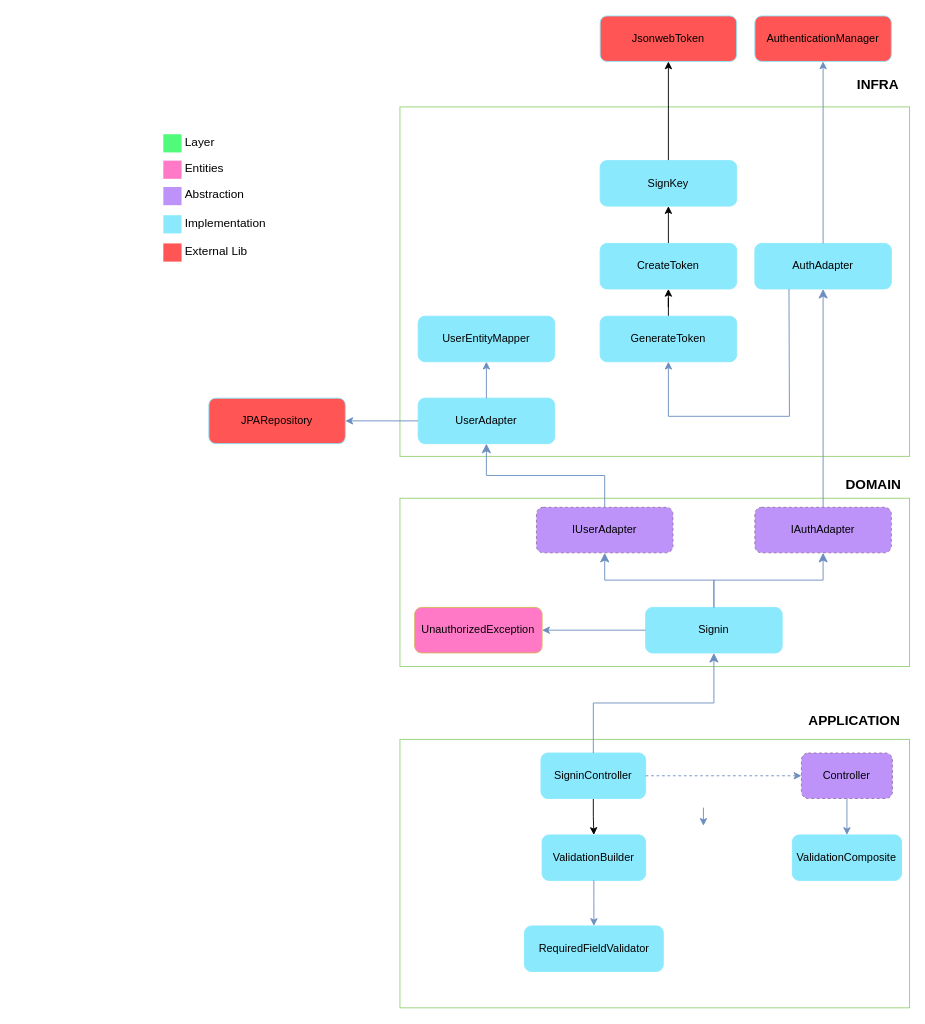
Earlier version of the draw.io diagram docs/useCases/signin/signin.drawio (gervasioartur/walletwise-api). Source tidied: cells renumbered, new cells numbered last; positions are measured from the earlier drawing's top-left corner, leaving out a move shared by most shapes. Both pictures are drawn from the tidied source at 91%, with x=0, y=0 at pixel (163, 15).
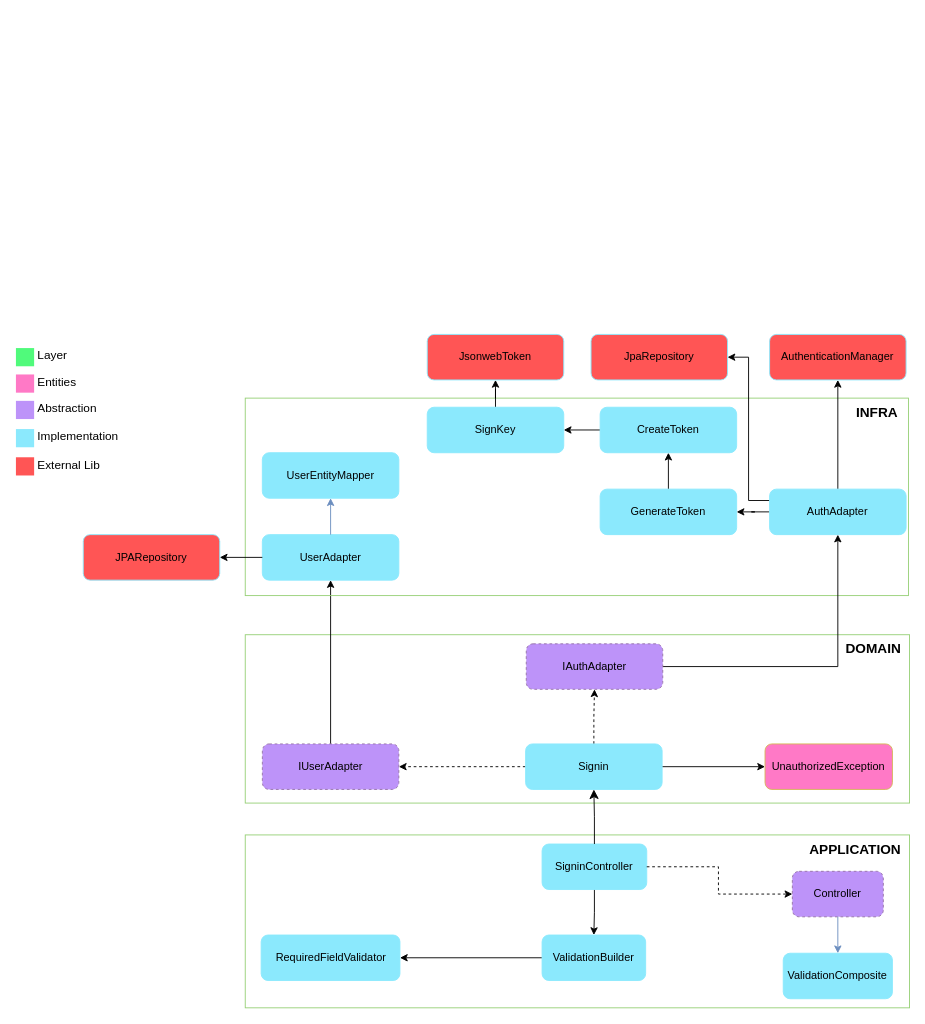
Above is the later version.

The edit, as a diff of the source:
```diff
@@
-    <mxCell id="2" style="rounded=0;whiteSpace=wrap;html=1;strokeColor=#97D077;fillColor=default;" parent="1" vertex="1">
-      <mxGeometry x="260" y="795" width="560" height="295" as="geometry" />
+    <mxCell id="2" style="rounded=0;whiteSpace=wrap;html=1;strokeColor=#97D077;fillColor=none;" parent="1" vertex="1">
+      <mxGeometry x="90" y="900" width="730" height="190" as="geometry" />
     </mxCell>
     <mxCell id="3" value="Controller" style="rounded=1;whiteSpace=wrap;html=1;strokeColor=#9673a6;fillColor=#BD93F9;dashed=1;" parent="1" vertex="1">
-      <mxGeometry x="701.2" y="810" width="100" height="50" as="geometry" />
+      <mxGeometry x="691.2" y="940" width="100" height="50" as="geometry" />
     </mxCell>
     <mxCell id="4" value="ValidationComposite" style="rounded=1;whiteSpace=wrap;html=1;strokeColor=#8BE9FD;fillColor=#8BE9FD;" parent="1" vertex="1">
-      <mxGeometry x="691.2" y="900" width="120" height="50" as="geometry" />
+      <mxGeometry x="681.2" y="1030" width="120" height="50" as="geometry" />
     </mxCell>
@@
     <mxCell id="6" value="SigninController" style="rounded=1;whiteSpace=wrap;html=1;strokeColor=#8BE9FD;fillColor=#8BE9FD;" parent="1" vertex="1">
-      <mxGeometry x="415" y="810" width="115" height="50" as="geometry" />
+      <mxGeometry x="416.2" y="910" width="115" height="50" as="geometry" />
     </mxCell>
     <mxCell id="7" value="&lt;span style=&quot;font-size: 15px;&quot;&gt;&lt;b&gt;APPLICATION&lt;br&gt;&lt;/b&gt;&lt;/span&gt;" style="text;html=1;align=center;verticalAlign=middle;strokeColor=none;fillColor=none;" parent="1" vertex="1">
-      <mxGeometry x="699" y="759" width="120" height="30" as="geometry" />
+      <mxGeometry x="700" y="900" width="120" height="30" as="geometry" />
     </mxCell>
-    <mxCell id="8" style="rounded=0;whiteSpace=wrap;html=1;strokeColor=#97D077;fillColor=default;" parent="1" vertex="1">
-      <mxGeometry x="260" y="530" width="560" height="185" as="geometry" />
+    <mxCell id="8" style="rounded=0;whiteSpace=wrap;html=1;strokeColor=#97D077;fillColor=none;" parent="1" vertex="1">
+      <mxGeometry x="90" y="680" width="730" height="185" as="geometry" />
     </mxCell>
     <mxCell id="9" value="&lt;span style=&quot;font-size: 15px;&quot;&gt;&lt;b&gt;DOMAIN&lt;/b&gt;&lt;/span&gt;" style="text;html=1;align=center;verticalAlign=middle;strokeColor=none;fillColor=none;" parent="1" vertex="1">
-      <mxGeometry x="740" y="499" width="80" height="30" as="geometry" />
+      <mxGeometry x="740" y="680" width="80" height="30" as="geometry" />
     </mxCell>
     <mxCell id="10" value="UnauthorizedException" style="rounded=1;whiteSpace=wrap;html=1;strokeColor=#d6b656;fillColor=#FF79C6;" parent="1" vertex="1">
-      <mxGeometry x="276.2" y="650" width="140" height="50" as="geometry" />
+      <mxGeometry x="661.2" y="800" width="140" height="50" as="geometry" />
     </mxCell>
+    <mxCell id="39" style="edgeStyle=orthogonalEdgeStyle;rounded=0;jettySize=auto;html=1;" parent="1" edge="1" source="11" target="10">
+      <mxGeometry relative="1" as="geometry" />
+    </mxCell>
+    <mxCell id="40" style="edgeStyle=orthogonalEdgeStyle;rounded=0;jettySize=auto;html=1;dashed=1;" parent="1" edge="1" source="11" target="22">
+      <mxGeometry relative="1" as="geometry" />
+    </mxCell>
+    <mxCell id="41" style="edgeStyle=orthogonalEdgeStyle;rounded=0;jettySize=auto;html=1;dashed=1;" parent="1" edge="1" source="11" target="38">
+      <mxGeometry relative="1" as="geometry" />
+    </mxCell>
     <mxCell id="11" value="Signin" style="rounded=1;whiteSpace=wrap;html=1;strokeColor=#8BE9FD;fillColor=#8BE9FD;" parent="1" vertex="1">
-      <mxGeometry x="530" y="650" width="150" height="50" as="geometry" />
+      <mxGeometry x="398.1" y="800" width="150" height="50" as="geometry" />
     </mxCell>
     <mxCell id="12" style="rounded=0;whiteSpace=wrap;html=1;strokeColor=none;strokeWidth=3;fillColor=#FF79C6;fontSize=13;fontColor=#F8F8F2;align=right;" parent="1" vertex="1">
-      <mxGeometry y="159" width="20" height="20" as="geometry" />
+      <mxGeometry x="-162" y="394" width="20" height="20" as="geometry" />
     </mxCell>
     <mxCell id="13" value="&lt;font color=&quot;#000000&quot;&gt;Entities&lt;/font&gt;" style="text;html=1;align=left;verticalAlign=middle;spacingTop=-4;fontSize=13;fontColor=#F8F8F2;" parent="1" vertex="1">
-      <mxGeometry x="22" y="159" width="70" height="20" as="geometry" />
+      <mxGeometry x="-140" y="394" width="70" height="20" as="geometry" />
     </mxCell>
     <mxCell id="14" style="rounded=0;whiteSpace=wrap;html=1;strokeColor=none;strokeWidth=3;fillColor=#BD93F9;fontSize=13;fontColor=#F8F8F2;align=right;" parent="1" vertex="1">
-      <mxGeometry y="188" width="20" height="20" as="geometry" />
+      <mxGeometry x="-162" y="423" width="20" height="20" as="geometry" />
     </mxCell>
     <mxCell id="15" value="&lt;font color=&quot;#000000&quot;&gt;Abstraction&lt;/font&gt;" style="text;html=1;align=left;verticalAlign=middle;spacingTop=-4;fontSize=13;fontColor=#F8F8F2;" parent="1" vertex="1">
-      <mxGeometry x="22" y="188" width="90" height="20" as="geometry" />
+      <mxGeometry x="-140" y="423" width="90" height="20" as="geometry" />
     </mxCell>
     <mxCell id="16" style="rounded=0;whiteSpace=wrap;html=1;strokeColor=none;strokeWidth=3;fillColor=#8BE9FD;fontSize=13;fontColor=#F8F8F2;align=right;" parent="1" vertex="1">
-      <mxGeometry y="219" width="20" height="20" as="geometry" />
+      <mxGeometry x="-162" y="454" width="20" height="20" as="geometry" />
     </mxCell>
     <mxCell id="17" value="&lt;font color=&quot;#000000&quot;&gt;Implementation&lt;/font&gt;" style="text;html=1;align=left;verticalAlign=middle;spacingTop=-4;fontSize=13;fontColor=#F8F8F2;" parent="1" vertex="1">
-      <mxGeometry x="22" y="219" width="110" height="20" as="geometry" />
+      <mxGeometry x="-140" y="454" width="110" height="20" as="geometry" />
     </mxCell>
     <mxCell id="18" style="rounded=0;whiteSpace=wrap;html=1;strokeColor=none;strokeWidth=3;fillColor=#50FA7B;fontSize=13;fontColor=#F8F8F2;align=right;" parent="1" vertex="1">
-      <mxGeometry y="130" width="20" height="20" as="geometry" />
+      <mxGeometry x="-162" y="365" width="20" height="20" as="geometry" />
     </mxCell>
     <mxCell id="19" value="&lt;font color=&quot;#000000&quot;&gt;Layer&lt;/font&gt;" style="text;html=1;align=left;verticalAlign=middle;spacingTop=-4;fontSize=13;fontColor=#F8F8F2;strokeColor=none;" parent="1" vertex="1">
-      <mxGeometry x="22" y="130" width="60" height="20" as="geometry" />
+      <mxGeometry x="-140" y="365" width="60" height="20" as="geometry" />
     </mxCell>
     <mxCell id="20" style="rounded=0;whiteSpace=wrap;html=1;strokeColor=none;strokeWidth=3;fillColor=#FF5555;fontSize=13;fontColor=#F8F8F2;align=right;" parent="1" vertex="1">
-      <mxGeometry y="250" width="20" height="20" as="geometry" />
+      <mxGeometry x="-162" y="485" width="20" height="20" as="geometry" />
     </mxCell>
     <mxCell id="21" value="&lt;font color=&quot;#000000&quot;&gt;External Lib&lt;/font&gt;" style="text;html=1;align=left;verticalAlign=middle;spacingTop=-4;fontSize=13;fontColor=#F8F8F2;" parent="1" vertex="1">
-      <mxGeometry x="22" y="250" width="90" height="20" as="geometry" />
+      <mxGeometry x="-140" y="485" width="90" height="20" as="geometry" />
     </mxCell>
+    <mxCell id="34" style="edgeStyle=orthogonalEdgeStyle;rounded=0;jettySize=auto;html=1;entryX=0.5;entryY=1;entryDx=0;entryDy=0;" parent="1" edge="1" source="22" target="25">
+      <mxGeometry relative="1" as="geometry" />
+    </mxCell>
     <mxCell id="22" value="IUserAdapter" style="rounded=1;whiteSpace=wrap;html=1;strokeColor=#9673a6;fillColor=#BD93F9;dashed=1;" parent="1" vertex="1">
-      <mxGeometry x="410" y="540" width="150" height="50" as="geometry" />
+      <mxGeometry x="108.8" y="800" width="150" height="50" as="geometry" />
     </mxCell>
-    <mxCell id="23" style="rounded=0;whiteSpace=wrap;html=1;strokeColor=#97D077;fillColor=default;" parent="1" vertex="1">
-      <mxGeometry x="260" y="100" width="560" height="384" as="geometry" />
+    <mxCell id="23" style="rounded=0;whiteSpace=wrap;html=1;strokeColor=#97D077;fillColor=none;" parent="1" vertex="1">
+      <mxGeometry x="90" y="420" width="728.8" height="217" as="geometry" />
     </mxCell>
-    <mxCell id="24" style="edgeStyle=elbowEdgeStyle;elbow=vertical;endArrow=classic;html=1;curved=0;rounded=0;endSize=8;startSize=8;exitX=0.5;exitY=0;exitDx=0;exitDy=0;entryX=0.5;entryY=1;entryDx=0;entryDy=0;strokeColor=#6C8EBF;" parent="1" edge="1" source="6" target="11">
+    <mxCell id="24" style="edgeStyle=elbowEdgeStyle;elbow=vertical;endArrow=classic;html=1;curved=0;rounded=0;endSize=8;startSize=8;exitX=0.5;exitY=0;exitDx=0;exitDy=0;entryX=0.5;entryY=1;entryDx=0;entryDy=0;strokeColor=#000000;" parent="1" edge="1" source="6" target="11">
       <mxGeometry relative="1" as="geometry" />
     </mxCell>
     <mxCell id="25" value="UserAdapter" style="rounded=1;whiteSpace=wrap;html=1;strokeColor=#8BE9FD;fillColor=#8BE9FD;" parent="1" vertex="1">
-      <mxGeometry x="280" y="420" width="150" height="50" as="geometry" />
+      <mxGeometry x="108.8" y="570" width="150" height="50" as="geometry" />
     </mxCell>
     <mxCell id="26" value="&lt;b style=&quot;border-color: var(--border-color);&quot;&gt;&lt;font style=&quot;border-color: var(--border-color); font-size: 15px;&quot;&gt;INFRA&lt;br&gt;&lt;/font&gt;&lt;/b&gt;" style="text;html=1;align=center;verticalAlign=middle;strokeColor=none;fillColor=none;" parent="1" vertex="1">
-      <mxGeometry x="750" y="60" width="70" height="30" as="geometry" />
+      <mxGeometry x="748.8" y="420" width="70" height="30" as="geometry" />
     </mxCell>
     <mxCell id="27" value="UserEntityMapper" style="rounded=1;whiteSpace=wrap;html=1;strokeColor=#8BE9FD;fillColor=#8BE9FD;" parent="1" vertex="1">
-      <mxGeometry x="280" y="330" width="150" height="50" as="geometry" />
+      <mxGeometry x="108.8" y="480" width="150" height="50" as="geometry" />
     </mxCell>
@@
+    <mxCell id="37" style="edgeStyle=orthogonalEdgeStyle;rounded=0;jettySize=auto;html=1;entryX=1;entryY=0.5;entryDx=0;entryDy=0;" parent="1" edge="1" source="29" target="30">
+      <mxGeometry relative="1" as="geometry" />
+    </mxCell>
     <mxCell id="29" value="ValidationBuilder" style="rounded=1;whiteSpace=wrap;html=1;strokeColor=#8BE9FD;fillColor=#8BE9FD;" parent="1" vertex="1">
-      <mxGeometry x="416.2" y="900" width="113.8" height="50" as="geometry" />
+      <mxGeometry x="416.2" y="1010" width="113.8" height="50" as="geometry" />
     </mxCell>
     <mxCell id="30" value="RequiredFieldValidator" style="rounded=1;whiteSpace=wrap;html=1;strokeColor=#8BE9FD;fillColor=#8BE9FD;" parent="1" vertex="1">
-      <mxGeometry x="396.9" y="1000" width="152.5" height="50" as="geometry" />
+      <mxGeometry x="107.5" y="1010" width="152.5" height="50" as="geometry" />
     </mxCell>
-    <mxCell id="31" style="endArrow=classic;html=1;rounded=0;exitX=1;exitY=0.5;exitDx=0;exitDy=0;entryX=0;entryY=0.5;entryDx=0;entryDy=0;dashed=1;fillColor=#dae8fc;strokeColor=#6c8ebf;" parent="1" edge="1" source="6" target="3">
-      <mxGeometry relative="1" as="geometry" />
+    <mxCell id="31" style="endArrow=classic;html=1;rounded=0;exitX=1;exitY=0.5;exitDx=0;exitDy=0;entryX=0;entryY=0.5;entryDx=0;entryDy=0;dashed=1;fillColor=#dae8fc;strokeColor=#000000;" parent="1" edge="1" source="6" target="3">
+      <mxGeometry relative="1" as="geometry">
+        <Array as="points">
+          <mxPoint x="610" y="935" />
+          <mxPoint x="610" y="965" />
+        </Array>
+      </mxGeometry>
     </mxCell>
@@
-    <mxCell id="33" style="endArrow=classic;html=1;rounded=0;exitX=0.5;exitY=1;exitDx=0;exitDy=0;entryX=0.5;entryY=0;entryDx=0;entryDy=0;fillColor=#dae8fc;strokeColor=#6c8ebf;" parent="1" edge="1">
-      <mxGeometry relative="1" as="geometry">
-        <mxPoint x="593.5" y="870" as="sourcePoint" />
-        <mxPoint x="593.5" y="890" as="targetPoint" />
-      </mxGeometry>
-    </mxCell>
-    <mxCell id="34" style="edgeStyle=elbowEdgeStyle;elbow=vertical;endArrow=classic;html=1;curved=0;rounded=0;endSize=8;startSize=8;entryX=0.5;entryY=1;entryDx=0;entryDy=0;strokeColor=#6C8EBF;exitX=0.5;exitY=0;exitDx=0;exitDy=0;" parent="1" edge="1" source="22" target="25">
-      <mxGeometry relative="1" as="geometry" />
-    </mxCell>
     <mxCell id="35" value="JPARepository" style="rounded=1;whiteSpace=wrap;html=1;strokeColor=#8BE9FD;fillColor=#FF5555;" parent="1" vertex="1">
-      <mxGeometry x="50" y="420" width="150" height="50" as="geometry" />
+      <mxGeometry x="-88" y="570" width="150" height="50" as="geometry" />
     </mxCell>
-    <mxCell id="36" style="endArrow=classic;html=1;rounded=0;entryX=1;entryY=0.5;entryDx=0;entryDy=0;exitX=0;exitY=0.5;exitDx=0;exitDy=0;fillColor=#dae8fc;strokeColor=#6c8ebf;" parent="1" edge="1" source="25" target="35">
+    <mxCell id="36" style="endArrow=classic;html=1;rounded=0;entryX=1;entryY=0.5;entryDx=0;entryDy=0;exitX=0;exitY=0.5;exitDx=0;exitDy=0;fillColor=#dae8fc;strokeColor=#000000;" parent="1" edge="1" source="25" target="35">
       <mxGeometry relative="1" as="geometry" />
     </mxCell>
-    <mxCell id="37" style="endArrow=classic;html=1;rounded=0;exitX=0.5;exitY=1;exitDx=0;exitDy=0;entryX=0.5;entryY=0;entryDx=0;entryDy=0;fillColor=#dae8fc;strokeColor=#6c8ebf;" parent="1" edge="1" source="29" target="30">
-      <mxGeometry relative="1" as="geometry" />
-    </mxCell>
+    <mxCell id="43" style="edgeStyle=orthogonalEdgeStyle;rounded=0;jettySize=auto;html=1;entryX=0.5;entryY=1;entryDx=0;entryDy=0;" parent="1" edge="1" source="38" target="42">
+      <mxGeometry relative="1" as="geometry" />
+    </mxCell>
     <mxCell id="38" value="IAuthAdapter" style="rounded=1;whiteSpace=wrap;html=1;strokeColor=#9673a6;fillColor=#BD93F9;dashed=1;" parent="1" vertex="1">
-      <mxGeometry x="650" y="540" width="150" height="50" as="geometry" />
+      <mxGeometry x="398.8" y="690" width="150" height="50" as="geometry" />
     </mxCell>
-    <mxCell id="39" style="endArrow=classic;html=1;rounded=0;entryX=1;entryY=0.5;entryDx=0;entryDy=0;fillColor=#dae8fc;strokeColor=#6c8ebf;exitX=0;exitY=0.5;exitDx=0;exitDy=0;" parent="1" edge="1" source="11" target="10">
-      <mxGeometry relative="1" as="geometry" />
-    </mxCell>
-    <mxCell id="40" style="edgeStyle=elbowEdgeStyle;elbow=vertical;endArrow=classic;html=1;curved=0;rounded=0;endSize=8;startSize=8;exitX=0.5;exitY=0;exitDx=0;exitDy=0;entryX=0.5;entryY=1;entryDx=0;entryDy=0;strokeColor=#6C8EBF;" parent="1" edge="1" source="11" target="22">
-      <mxGeometry relative="1" as="geometry" />
-    </mxCell>
-    <mxCell id="41" style="edgeStyle=elbowEdgeStyle;elbow=vertical;endArrow=classic;html=1;curved=0;rounded=0;endSize=8;startSize=8;exitX=0.5;exitY=0;exitDx=0;exitDy=0;entryX=0.5;entryY=1;entryDx=0;entryDy=0;strokeColor=#6C8EBF;" parent="1" edge="1" source="11" target="38">
-      <mxGeometry relative="1" as="geometry" />
-    </mxCell>
+    <mxCell id="54" style="edgeStyle=orthogonalEdgeStyle;rounded=0;jettySize=auto;html=1;entryX=1;entryY=0.5;entryDx=0;entryDy=0;exitX=0;exitY=0.25;exitDx=0;exitDy=0;" parent="1" edge="1" source="42" target="55">
+      <mxGeometry relative="1" as="geometry" />
+    </mxCell>
+    <mxCell id="44" style="edgeStyle=orthogonalEdgeStyle;rounded=0;jettySize=auto;html=1;" parent="1" edge="1" source="42" target="48">
+      <mxGeometry relative="1" as="geometry" />
+    </mxCell>
+    <mxCell id="47" style="edgeStyle=orthogonalEdgeStyle;rounded=0;jettySize=auto;html=1;" parent="1" edge="1" source="42" target="46">
+      <mxGeometry relative="1" as="geometry" />
+    </mxCell>
     <mxCell id="42" value="AuthAdapter" style="rounded=1;whiteSpace=wrap;html=1;strokeColor=#8BE9FD;fillColor=#8BE9FD;" parent="1" vertex="1">
-      <mxGeometry x="650" y="250" width="150" height="50" as="geometry" />
+      <mxGeometry x="666.2" y="520" width="150" height="50" as="geometry" />
     </mxCell>
-    <mxCell id="43" style="edgeStyle=elbowEdgeStyle;elbow=vertical;endArrow=classic;html=1;curved=0;rounded=0;endSize=8;startSize=8;entryX=0.5;entryY=1;entryDx=0;entryDy=0;strokeColor=#6C8EBF;exitX=0.5;exitY=0;exitDx=0;exitDy=0;" parent="1" edge="1" source="38" target="42">
-      <mxGeometry relative="1" as="geometry" />
-    </mxCell>
-    <mxCell id="44" style="endArrow=classic;html=1;rounded=0;entryX=0.5;entryY=1;entryDx=0;entryDy=0;fillColor=#dae8fc;strokeColor=#6c8ebf;exitX=0.5;exitY=0;exitDx=0;exitDy=0;" parent="1" edge="1" source="42" target="48">
-      <mxGeometry relative="1" as="geometry" />
-    </mxCell>
@@
     <mxCell id="46" value="GenerateToken" style="rounded=1;whiteSpace=wrap;html=1;strokeColor=#8BE9FD;fillColor=#8BE9FD;" parent="1" vertex="1">
-      <mxGeometry x="480" y="330" width="150" height="50" as="geometry" />
+      <mxGeometry x="480" y="520" width="150" height="50" as="geometry" />
     </mxCell>
-    <mxCell id="47" style="endArrow=classic;html=1;rounded=0;entryX=0.5;entryY=1;entryDx=0;entryDy=0;fillColor=#dae8fc;strokeColor=#6c8ebf;exitX=0.25;exitY=1;exitDx=0;exitDy=0;" parent="1" edge="1" source="42" target="46">
-      <mxGeometry relative="1" as="geometry">
-        <Array as="points">
-          <mxPoint x="688" y="440" />
-          <mxPoint x="555" y="440" />
-        </Array>
-      </mxGeometry>
-    </mxCell>
     <mxCell id="48" value="AuthenticationManager" style="rounded=1;whiteSpace=wrap;html=1;strokeColor=#8BE9FD;fillColor=#FF5555;" parent="1" vertex="1">
-      <mxGeometry x="650" width="150" height="50" as="geometry" />
+      <mxGeometry x="666.2" y="350" width="150" height="50" as="geometry" />
     </mxCell>
@@
     <mxCell id="50" value="CreateToken" style="rounded=1;whiteSpace=wrap;html=1;strokeColor=#8BE9FD;fillColor=#8BE9FD;" parent="1" vertex="1">
-      <mxGeometry x="480" y="250" width="150" height="50" as="geometry" />
+      <mxGeometry x="480" y="430" width="150" height="50" as="geometry" />
     </mxCell>
@@
     <mxCell id="52" value="SignKey" style="rounded=1;whiteSpace=wrap;html=1;strokeColor=#8BE9FD;fillColor=#8BE9FD;" parent="1" vertex="1">
-      <mxGeometry x="480" y="159" width="150" height="50" as="geometry" />
+      <mxGeometry x="290" y="430" width="150" height="50" as="geometry" />
     </mxCell>
     <mxCell id="53" value="JsonwebToken" style="rounded=1;whiteSpace=wrap;html=1;strokeColor=#8BE9FD;fillColor=#FF5555;" parent="1" vertex="1">
-      <mxGeometry x="480" width="150" height="50" as="geometry" />
+      <mxGeometry x="290" y="350" width="150" height="50" as="geometry" />
     </mxCell>
+    <mxCell id="55" value="JpaRepository" style="rounded=1;whiteSpace=wrap;html=1;strokeColor=#8BE9FD;fillColor=#FF5555;" parent="1" vertex="1">
+      <mxGeometry x="470" y="350" width="150" height="50" as="geometry" />
+    </mxCell>
```
